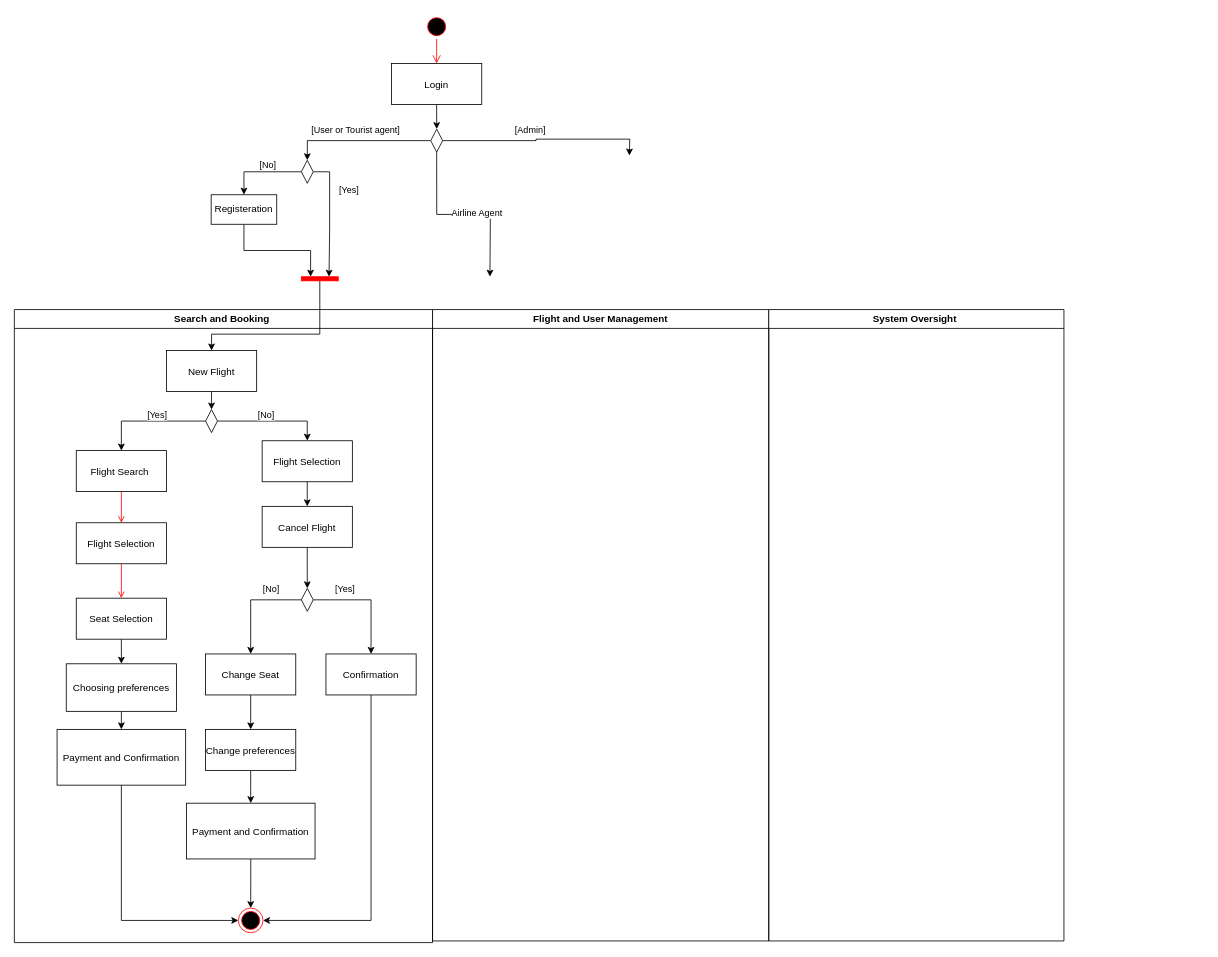
The draw.io diagram docs/activity.drawio in MmagdyHafezZ/ENSF480Project, before the edit. Source tidied: cells renumbered, new cells numbered last; positions are measured from the earlier drawing's top-left corner, leaving out a move shared by most shapes. Both pictures are drawn from the tidied source at 82%, with x=0, y=0 at pixel (14, 14).
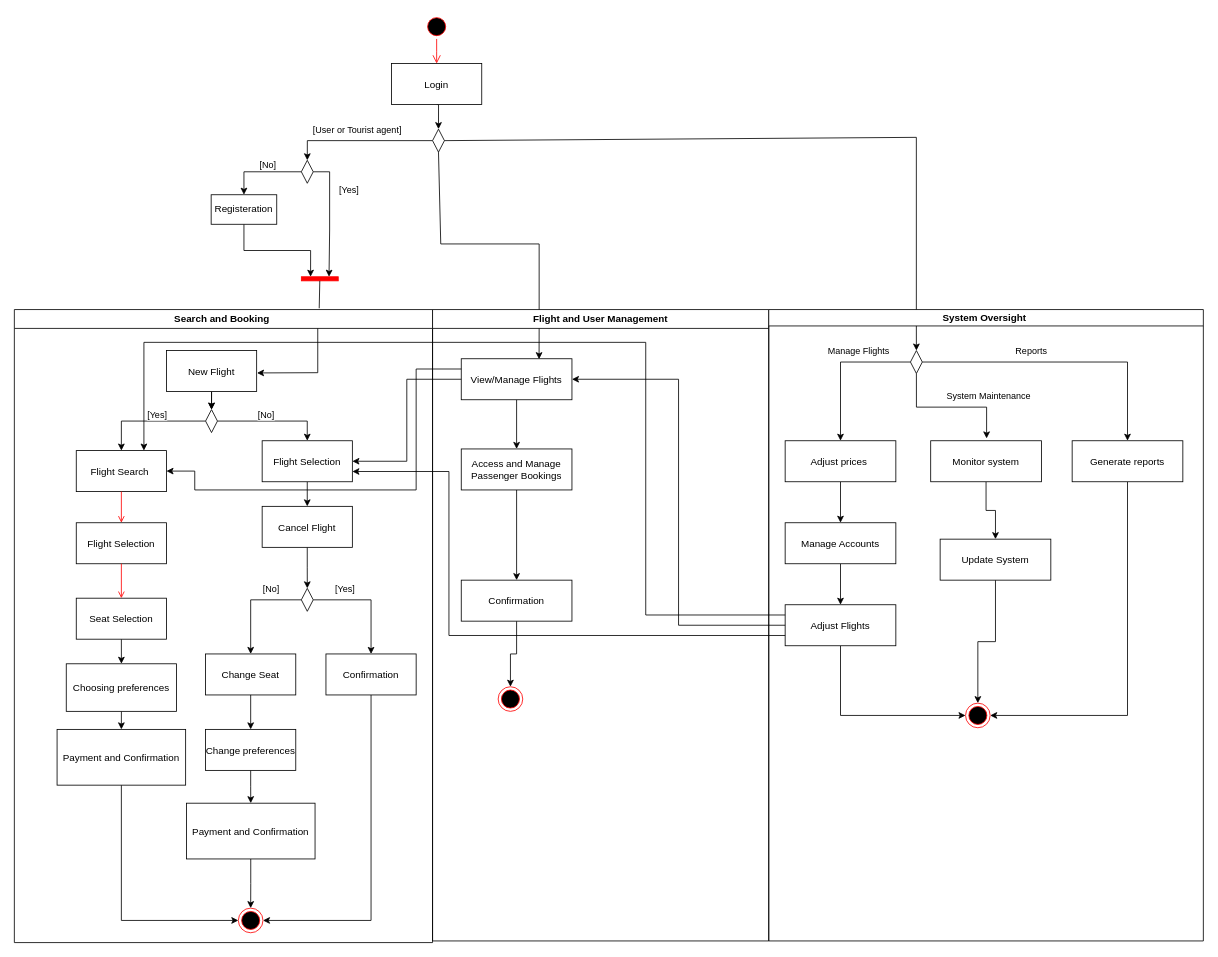
The same diagram, later.

Unchanged cells that the change refers to:
```xml
<mxCell id="2" value="Search and Booking " style="swimlane;whiteSpace=wrap;" parent="1" vertex="1">
  <mxGeometry y="360" width="510" height="772" as="geometry" />
</mxCell>
<mxCell id="3" value="Flight Search " parent="2" vertex="1">
  <mxGeometry x="75.5" y="172" width="110" height="50" as="geometry" />
</mxCell>
<mxCell id="14" value="New Flight" parent="2" vertex="1">
  <mxGeometry x="185.5" y="50" width="110" height="50" as="geometry" />
</mxCell>
<mxCell id="20" style="rhombus;whiteSpace=wrap;html=1;" parent="2" vertex="1">
  <mxGeometry x="233.2" y="122" width="14.5" height="28" as="geometry" />
</mxCell>
<mxCell id="22" value="Flight Selection" parent="2" vertex="1">
  <mxGeometry x="302.2" y="160" width="110" height="50" as="geometry" />
</mxCell>
<mxCell id="52" style="whiteSpace=wrap;strokeColor=#FF0000;fillColor=#FF0000;rotation=90;" parent="1" vertex="1">
  <mxGeometry x="370" y="300" width="5" height="45" as="geometry" />
</mxCell>
```

The edit, as a diff of the source:
```diff
@@
+    <mxCell id="60" style="edgeStyle=orthogonalEdgeStyle;rounded=0;jettySize=auto;html=1;" parent="2" edge="1" source="14" target="20">
+      <mxGeometry relative="1" as="geometry" />
+    </mxCell>
@@
-    <mxCell id="38" value="Flight and User Management" style="swimlane;whiteSpace=wrap;" parent="1" vertex="1">
+    <mxCell id="38" value="Flight and User Management" style="swimlane;whiteSpace=wrap;color=grey;" parent="1" vertex="1">
       <mxGeometry x="510" y="360" width="410" height="770" as="geometry" />
     </mxCell>
+    <mxCell id="61" style="edgeStyle=orthogonalEdgeStyle;rounded=0;jettySize=auto;html=1;exitX=0.5;exitY=1;exitDx=0;exitDy=0;entryX=0.5;entryY=0;entryDx=0;entryDy=0;" parent="38" edge="1" source="62" target="64">
+      <mxGeometry relative="1" as="geometry" />
+    </mxCell>
+    <mxCell id="62" value="View/Manage Flights" parent="38" vertex="1">
+      <mxGeometry x="35" y="60" width="135" height="50" as="geometry" />
+    </mxCell>
+    <mxCell id="63" style="edgeStyle=orthogonalEdgeStyle;rounded=0;jettySize=auto;html=1;exitX=0.5;exitY=1;exitDx=0;exitDy=0;" parent="38" edge="1" source="64" target="66">
+      <mxGeometry relative="1" as="geometry" />
+    </mxCell>
+    <mxCell id="64" value="Access and Manage&#10;Passenger Bookings" parent="38" vertex="1">
+      <mxGeometry x="35" y="170" width="135" height="50" as="geometry" />
+    </mxCell>
+    <mxCell id="65" style="edgeStyle=orthogonalEdgeStyle;rounded=0;jettySize=auto;html=1;exitX=0.5;exitY=1;exitDx=0;exitDy=0;entryX=0.5;entryY=0;entryDx=0;entryDy=0;" parent="38" edge="1" source="66" target="67">
+      <mxGeometry relative="1" as="geometry" />
+    </mxCell>
+    <mxCell id="66" value="Confirmation" parent="38" vertex="1">
+      <mxGeometry x="35" y="330" width="135" height="50" as="geometry" />
+    </mxCell>
+    <mxCell id="67" style="ellipse;shape=endState;fillColor=#000000;strokeColor=#ff0000;" parent="38" vertex="1">
+      <mxGeometry x="80" y="460" width="30" height="30" as="geometry" />
+    </mxCell>
+    <mxCell id="68" style="edgeStyle=orthogonalEdgeStyle;rounded=0;jettySize=auto;html=1;entryX=0.703;entryY=0.011;entryDx=0;entryDy=0;entryPerimeter=0;" parent="38" edge="1" target="62">
+      <mxGeometry relative="1" as="geometry">
+        <mxPoint x="130" y="23" as="sourcePoint" />
+      </mxGeometry>
+    </mxCell>
-    <mxCell id="39" value="System Oversight " style="swimlane;whiteSpace=wrap;" parent="1" vertex="1">
-      <mxGeometry x="920" y="360" width="360" height="770" as="geometry" />
+    <mxCell id="39" value="System Oversight " style="swimlane;whiteSpace=wrap;startSize=20;" parent="1" vertex="1">
+      <mxGeometry x="920" y="360" width="530" height="770" as="geometry" />
     </mxCell>
+    <mxCell id="69" style="edgeStyle=orthogonalEdgeStyle;rounded=0;jettySize=auto;html=1;exitX=0;exitY=0.5;exitDx=0;exitDy=0;entryX=0.5;entryY=0;entryDx=0;entryDy=0;" parent="39" edge="1" source="81" target="72">
+      <mxGeometry relative="1" as="geometry" />
+    </mxCell>
+    <mxCell id="70" value="Manage Flights&amp;nbsp;" style="edgeLabel;html=1;align=center;verticalAlign=middle;" parent="69" vertex="1">
+      <mxGeometry x="-0.36" y="1" relative="1" as="geometry">
+        <mxPoint x="-4" y="-15" as="offset" />
+      </mxGeometry>
+    </mxCell>
+    <mxCell id="71" style="edgeStyle=orthogonalEdgeStyle;rounded=0;jettySize=auto;html=1;exitX=0.5;exitY=1;exitDx=0;exitDy=0;entryX=0.5;entryY=0;entryDx=0;entryDy=0;" parent="39" edge="1" source="72" target="74">
+      <mxGeometry relative="1" as="geometry" />
+    </mxCell>
+    <mxCell id="72" value="Adjust prices " parent="39" vertex="1">
+      <mxGeometry x="20" y="160" width="135" height="50" as="geometry" />
+    </mxCell>
+    <mxCell id="73" style="edgeStyle=orthogonalEdgeStyle;rounded=0;jettySize=auto;html=1;exitX=0.5;exitY=1;exitDx=0;exitDy=0;entryX=0.5;entryY=0;entryDx=0;entryDy=0;" parent="39" edge="1" source="74" target="76">
+      <mxGeometry relative="1" as="geometry" />
+    </mxCell>
+    <mxCell id="74" value="Manage Accounts" parent="39" vertex="1">
+      <mxGeometry x="20" y="260" width="135" height="50" as="geometry" />
+    </mxCell>
+    <mxCell id="75" style="edgeStyle=orthogonalEdgeStyle;rounded=0;jettySize=auto;html=1;exitX=0.5;exitY=1;exitDx=0;exitDy=0;entryX=0;entryY=0.5;entryDx=0;entryDy=0;" parent="39" edge="1" source="76" target="89">
+      <mxGeometry relative="1" as="geometry" />
+    </mxCell>
+    <mxCell id="76" value="Adjust Flights" parent="39" vertex="1">
+      <mxGeometry x="20" y="360" width="135" height="50" as="geometry" />
+    </mxCell>
+    <mxCell id="77" style="edgeStyle=orthogonalEdgeStyle;rounded=0;jettySize=auto;html=1;exitX=0.5;exitY=1;exitDx=0;exitDy=0;entryX=0.505;entryY=-0.056;entryDx=0;entryDy=0;entryPerimeter=0;" parent="39" edge="1" source="81" target="84">
+      <mxGeometry relative="1" as="geometry" />
+    </mxCell>
+    <mxCell id="78" value="System Maintenance" style="edgeLabel;html=1;align=center;verticalAlign=middle;" parent="77" vertex="1">
+      <mxGeometry x="0.16" y="1" relative="1" as="geometry">
+        <mxPoint x="32" y="-13" as="offset" />
+      </mxGeometry>
+    </mxCell>
+    <mxCell id="79" style="edgeStyle=orthogonalEdgeStyle;rounded=0;jettySize=auto;html=1;exitX=1;exitY=0.5;exitDx=0;exitDy=0;entryX=0.5;entryY=0;entryDx=0;entryDy=0;" parent="39" edge="1" source="81" target="88">
+      <mxGeometry relative="1" as="geometry" />
+    </mxCell>
+    <mxCell id="80" value="Reports" style="edgeLabel;html=1;align=center;verticalAlign=middle;" parent="79" vertex="1">
+      <mxGeometry x="0.23" y="-3" relative="1" as="geometry">
+        <mxPoint x="-81" y="-17" as="offset" />
+      </mxGeometry>
+    </mxCell>
+    <mxCell id="81" style="rhombus;whiteSpace=wrap;html=1;" parent="39" vertex="1">
+      <mxGeometry x="172.8" y="50" width="14.5" height="28" as="geometry" />
+    </mxCell>
+    <mxCell id="82" style="endArrow=classic;html=1;rounded=0;entryX=0.5;entryY=0;entryDx=0;entryDy=0;" parent="39" edge="1" target="81">
+      <mxGeometry relative="1" as="geometry">
+        <mxPoint x="180" y="20" as="sourcePoint" />
+      </mxGeometry>
+    </mxCell>
+    <mxCell id="83" style="edgeStyle=orthogonalEdgeStyle;rounded=0;jettySize=auto;html=1;exitX=0.5;exitY=1;exitDx=0;exitDy=0;entryX=0.5;entryY=0;entryDx=0;entryDy=0;" parent="39" edge="1" source="84" target="86">
+      <mxGeometry relative="1" as="geometry" />
+    </mxCell>
+    <mxCell id="84" value="Monitor system" parent="39" vertex="1">
+      <mxGeometry x="197.5" y="160" width="135" height="50" as="geometry" />
+    </mxCell>
+    <mxCell id="85" style="edgeStyle=orthogonalEdgeStyle;rounded=0;jettySize=auto;html=1;exitX=0.5;exitY=1;exitDx=0;exitDy=0;entryX=0.5;entryY=0;entryDx=0;entryDy=0;" parent="39" edge="1" source="86" target="89">
+      <mxGeometry relative="1" as="geometry" />
+    </mxCell>
+    <mxCell id="86" value="Update System" parent="39" vertex="1">
+      <mxGeometry x="209" y="280" width="135" height="50" as="geometry" />
+    </mxCell>
+    <mxCell id="87" style="edgeStyle=orthogonalEdgeStyle;rounded=0;jettySize=auto;html=1;exitX=0.5;exitY=1;exitDx=0;exitDy=0;entryX=1;entryY=0.5;entryDx=0;entryDy=0;" parent="39" edge="1" source="88" target="89">
+      <mxGeometry relative="1" as="geometry" />
+    </mxCell>
+    <mxCell id="88" value="Generate reports" parent="39" vertex="1">
+      <mxGeometry x="370" y="160" width="135" height="50" as="geometry" />
+    </mxCell>
+    <mxCell id="89" style="ellipse;shape=endState;fillColor=#000000;strokeColor=#ff0000;" parent="39" vertex="1">
+      <mxGeometry x="240" y="480" width="30" height="30" as="geometry" />
+    </mxCell>
@@
-    <mxCell id="51" style="edgeStyle=orthogonalEdgeStyle;rounded=0;jettySize=auto;html=1;exitX=1;exitY=0.5;exitDx=0;exitDy=0;entryX=0.5;entryY=0;entryDx=0;entryDy=0;" parent="1" edge="1" source="52" target="14">
-      <mxGeometry relative="1" as="geometry">
-        <Array as="points">
-          <mxPoint x="372" y="390" />
-          <mxPoint x="240" y="390" />
-        </Array>
-      </mxGeometry>
-    </mxCell>
@@
-    <mxCell id="55" style="edgeStyle=orthogonalEdgeStyle;rounded=0;jettySize=auto;html=1;exitX=1;exitY=0.5;exitDx=0;exitDy=0;" parent="1" edge="1" source="59">
-      <mxGeometry relative="1" as="geometry">
-        <mxPoint x="750" y="172.2" as="targetPoint" />
-      </mxGeometry>
-    </mxCell>
-    <mxCell id="56" value="[Admin]" style="edgeLabel;html=1;align=center;verticalAlign=middle;" parent="55" vertex="1">
-      <mxGeometry x="-0.15" y="3" relative="1" as="geometry">
-        <mxPoint y="-11" as="offset" />
-      </mxGeometry>
-    </mxCell>
-    <mxCell id="57" style="edgeStyle=orthogonalEdgeStyle;rounded=0;jettySize=auto;html=1;exitX=0.5;exitY=1;exitDx=0;exitDy=0;" parent="1" edge="1" source="59">
-      <mxGeometry relative="1" as="geometry">
-        <mxPoint x="580" y="320" as="targetPoint" />
-      </mxGeometry>
-    </mxCell>
-    <mxCell id="58" value="Airline Agent" style="edgeLabel;html=1;align=center;verticalAlign=middle;" parent="57" vertex="1">
-      <mxGeometry x="-0.16" y="2" relative="1" as="geometry">
-        <mxPoint x="33" as="offset" />
-      </mxGeometry>
-    </mxCell>
     <mxCell id="59" style="rhombus;whiteSpace=wrap;html=1;" parent="1" vertex="1">
-      <mxGeometry x="507.8" y="140" width="14.5" height="28" as="geometry" />
+      <mxGeometry x="510" y="140" width="14.5" height="28" as="geometry" />
     </mxCell>
+    <mxCell id="90" style="edgeStyle=orthogonalEdgeStyle;rounded=0;jettySize=auto;html=1;exitX=0;exitY=0.5;exitDx=0;exitDy=0;entryX=1;entryY=0.5;entryDx=0;entryDy=0;" parent="1" edge="1" source="62" target="22">
+      <mxGeometry relative="1" as="geometry" />
+    </mxCell>
+    <mxCell id="91" style="edgeStyle=orthogonalEdgeStyle;rounded=0;jettySize=auto;html=1;exitX=0;exitY=0.25;exitDx=0;exitDy=0;entryX=1;entryY=0.5;entryDx=0;entryDy=0;" parent="1" edge="1" source="62" target="3">
+      <mxGeometry relative="1" as="geometry">
+        <Array as="points">
+          <mxPoint x="490" y="433" />
+          <mxPoint x="490" y="580" />
+          <mxPoint x="220" y="580" />
+          <mxPoint x="220" y="557" />
+        </Array>
+      </mxGeometry>
+    </mxCell>
+    <mxCell id="92" style="endArrow=none;html=1;rounded=0;entryX=1;entryY=0.5;entryDx=0;entryDy=0;" parent="1" edge="1" target="59">
+      <mxGeometry relative="1" as="geometry">
+        <mxPoint x="1100" y="360" as="sourcePoint" />
+        <Array as="points">
+          <mxPoint x="1100" y="150" />
+        </Array>
+      </mxGeometry>
+    </mxCell>
+    <mxCell id="93" style="endArrow=none;html=1;rounded=0;entryX=0.5;entryY=1;entryDx=0;entryDy=0;" parent="1" edge="1" target="59">
+      <mxGeometry relative="1" as="geometry">
+        <mxPoint x="640" y="360" as="sourcePoint" />
+        <Array as="points">
+          <mxPoint x="640" y="280" />
+          <mxPoint x="520" y="280" />
+        </Array>
+      </mxGeometry>
+    </mxCell>
+    <mxCell id="94" style="endArrow=none;html=1;rounded=0;entryX=1;entryY=0.5;entryDx=0;entryDy=0;exitX=0.729;exitY=-0.002;exitDx=0;exitDy=0;exitPerimeter=0;" parent="1" edge="1" source="2" target="52">
+      <mxGeometry relative="1" as="geometry" />
+    </mxCell>
+    <mxCell id="95" style="endArrow=classic;html=1;rounded=0;entryX=1.004;entryY=0.546;entryDx=0;entryDy=0;entryPerimeter=0;" parent="1" edge="1" target="14">
+      <mxGeometry relative="1" as="geometry">
+        <mxPoint x="370" y="383" as="sourcePoint" />
+        <Array as="points">
+          <mxPoint x="370" y="437" />
+        </Array>
+      </mxGeometry>
+    </mxCell>
+    <mxCell id="96" style="edgeStyle=orthogonalEdgeStyle;rounded=0;jettySize=auto;html=1;exitX=0;exitY=0.5;exitDx=0;exitDy=0;entryX=1;entryY=0.5;entryDx=0;entryDy=0;" parent="1" edge="1" source="76" target="62">
+      <mxGeometry relative="1" as="geometry" />
+    </mxCell>
+    <mxCell id="97" style="edgeStyle=orthogonalEdgeStyle;rounded=0;jettySize=auto;html=1;exitX=0;exitY=0.75;exitDx=0;exitDy=0;entryX=1;entryY=0.75;entryDx=0;entryDy=0;" parent="1" edge="1" source="76" target="22">
+      <mxGeometry relative="1" as="geometry">
+        <Array as="points">
+          <mxPoint x="530" y="757" />
+          <mxPoint x="530" y="557" />
+        </Array>
+      </mxGeometry>
+    </mxCell>
+    <mxCell id="98" style="edgeStyle=orthogonalEdgeStyle;rounded=0;jettySize=auto;html=1;exitX=0;exitY=0.25;exitDx=0;exitDy=0;entryX=0.75;entryY=0;entryDx=0;entryDy=0;" parent="1" edge="1" source="76" target="3">
+      <mxGeometry relative="1" as="geometry">
+        <Array as="points">
+          <mxPoint x="770" y="733" />
+          <mxPoint x="770" y="400" />
+          <mxPoint x="158" y="400" />
+        </Array>
+      </mxGeometry>
+    </mxCell>
```
